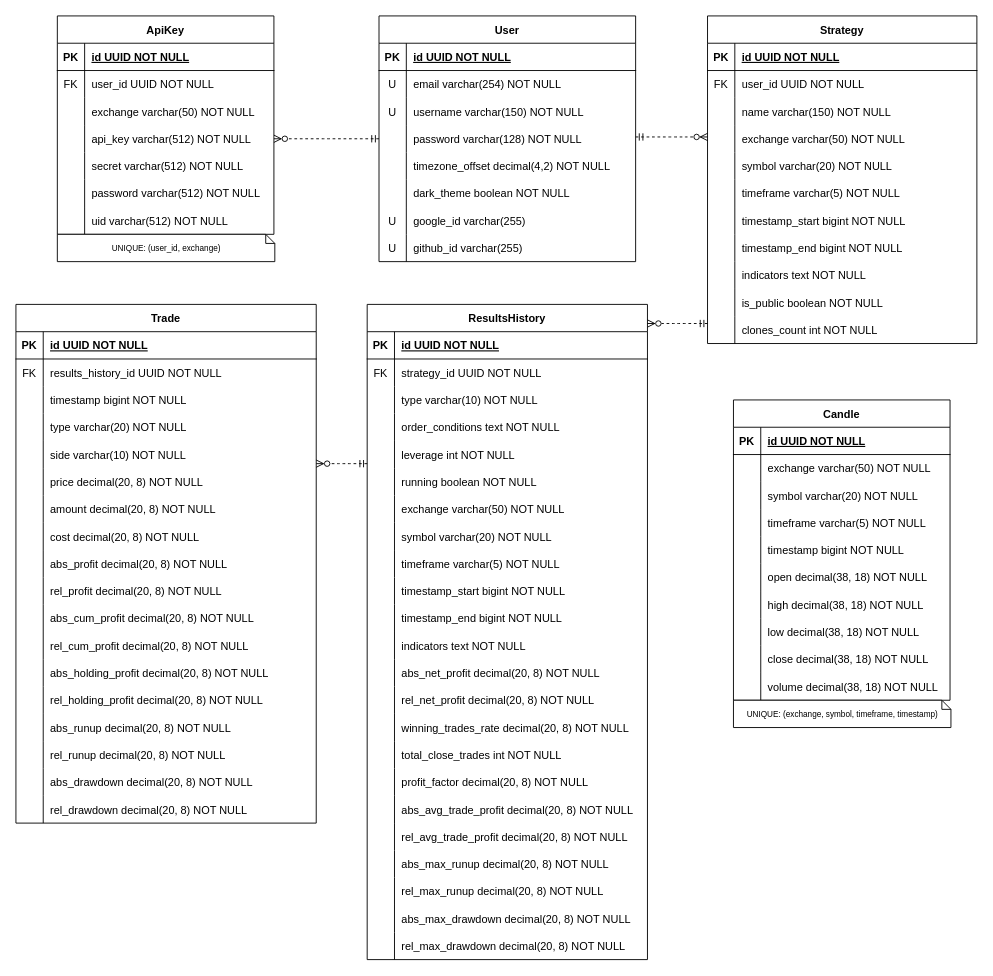
The draw.io diagram docs/ERD.drawio in pgr866/Stratify, before the edit. Source tidied: cells renumbered, new cells numbered last; positions are measured from the earlier drawing's top-left corner, leaving out a move shared by most shapes. Both pictures are drawn from the tidied source at 91%, with x=0, y=0 at pixel (15, 15).
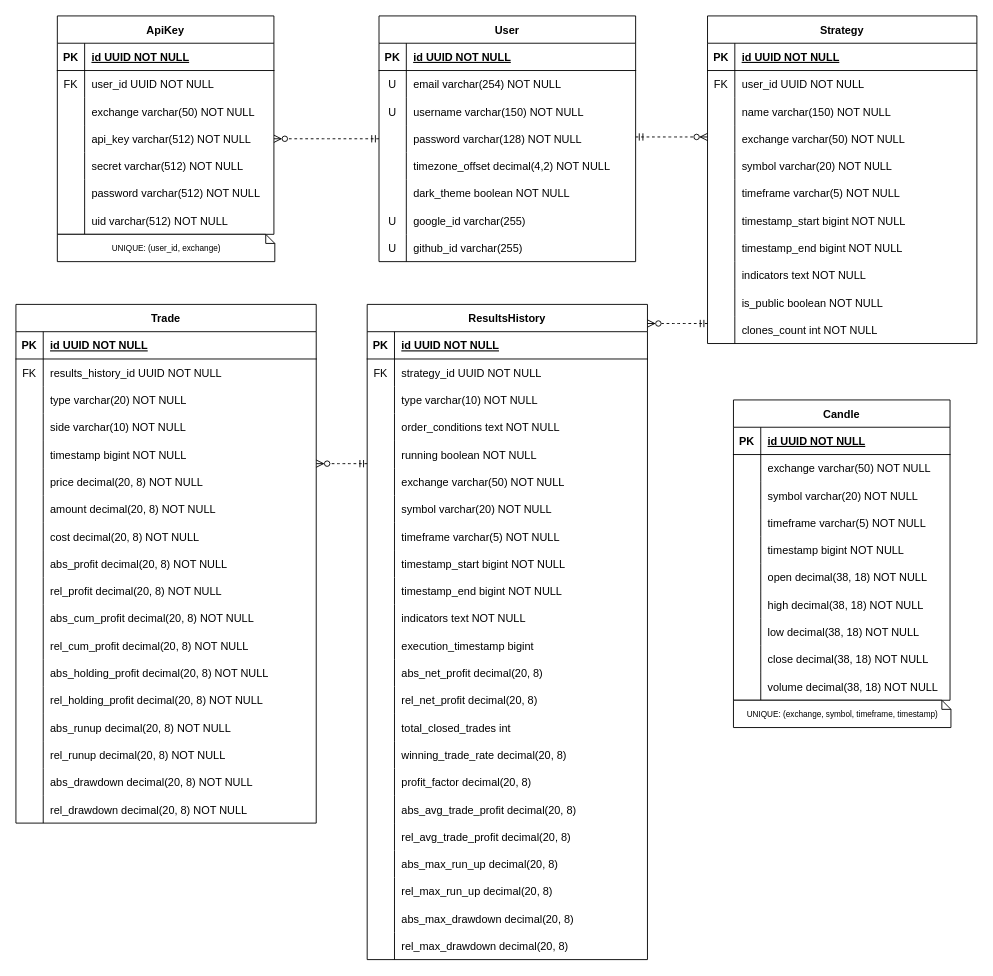
The same diagram, later.

The change refers to these unchanged cells:
```xml
<mxCell id="116" value="ResultsHistory" style="shape=table;startSize=30;childLayout=tableLayout;rowLines=0;fontStyle=1;align=center;" parent="1" vertex="1">
  <mxGeometry x="386" y="317" width="308" height="720" as="geometry" />
</mxCell>
<mxCell id="153" style="shape=partialRectangle;fillColor=none;top=0;left=0;right=0;bottom=0;" parent="116" vertex="1">
  <mxGeometry y="390" width="308" height="30" as="geometry" />
</mxCell>
<mxCell id="156" style="shape=partialRectangle;fillColor=none;top=0;left=0;right=0;bottom=0;" parent="116" vertex="1">
  <mxGeometry y="420" width="308" height="30" as="geometry" />
</mxCell>
<mxCell id="165" style="shape=partialRectangle;fillColor=none;top=0;left=0;right=0;bottom=0;" parent="116" vertex="1">
  <mxGeometry y="510" width="308" height="30" as="geometry" />
</mxCell>
<mxCell id="168" style="shape=partialRectangle;fillColor=none;top=0;left=0;right=0;bottom=0;" parent="116" vertex="1">
  <mxGeometry y="540" width="308" height="30" as="geometry" />
</mxCell>
<mxCell id="171" style="shape=partialRectangle;fillColor=none;top=0;left=0;right=0;bottom=0;" parent="116" vertex="1">
  <mxGeometry y="570" width="308" height="30" as="geometry" />
</mxCell>
<mxCell id="174" style="shape=partialRectangle;fillColor=none;top=0;left=0;right=0;bottom=0;" parent="116" vertex="1">
  <mxGeometry y="600" width="308" height="30" as="geometry" />
</mxCell>
<mxCell id="177" style="shape=partialRectangle;fillColor=none;top=0;left=0;right=0;bottom=0;" parent="116" vertex="1">
  <mxGeometry y="630" width="308" height="30" as="geometry" />
</mxCell>
<mxCell id="180" style="shape=partialRectangle;fillColor=none;top=0;left=0;right=0;bottom=0;" parent="116" vertex="1">
  <mxGeometry y="660" width="308" height="30" as="geometry" />
</mxCell>
<mxCell id="183" style="shape=partialRectangle;fillColor=none;top=0;left=0;right=0;bottom=0;" parent="116" vertex="1">
  <mxGeometry y="690" width="308" height="30" as="geometry" />
</mxCell>
<mxCell id="187" value="Trade" style="shape=table;startSize=30;childLayout=tableLayout;rowLines=0;fontStyle=1;align=center;" parent="1" vertex="1">
  <mxGeometry y="317" width="330" height="570" as="geometry" />
</mxCell>
```

Diff of the diagram source:
```diff
@@
-    <mxCell id="129" style="shape=partialRectangle;fillColor=none;top=0;left=0;right=0;bottom=0;" parent="116" vertex="1">
-      <mxGeometry y="150" width="308" height="30" as="geometry" />
-    </mxCell>
-    <mxCell id="130" style="shape=partialRectangle;overflow=hidden;fillColor=none;top=0;left=0;bottom=0;right=0;" parent="129" vertex="1">
-      <mxGeometry width="30" height="30" as="geometry" />
-    </mxCell>
-    <mxCell id="131" value="leverage int NOT NULL" style="shape=partialRectangle;overflow=hidden;fillColor=none;top=0;left=0;bottom=0;right=0;align=left;spacingLeft=6;" parent="129" vertex="1">
-      <mxGeometry x="30" width="278" height="30" as="geometry" />
-    </mxCell>
     <mxCell id="132" style="shape=partialRectangle;fillColor=none;top=0;left=0;right=0;bottom=0;" parent="116" vertex="1">
-      <mxGeometry y="180" width="308" height="30" as="geometry" />
+      <mxGeometry y="150" width="308" height="30" as="geometry" />
     </mxCell>
@@
     <mxCell id="135" style="shape=partialRectangle;fillColor=none;top=0;left=0;right=0;bottom=0;" parent="116" vertex="1">
-      <mxGeometry y="210" width="308" height="30" as="geometry" />
+      <mxGeometry y="180" width="308" height="30" as="geometry" />
     </mxCell>
@@
     <mxCell id="138" style="shape=partialRectangle;fillColor=none;top=0;left=0;right=0;bottom=0;" parent="116" vertex="1">
-      <mxGeometry y="240" width="308" height="30" as="geometry" />
+      <mxGeometry y="210" width="308" height="30" as="geometry" />
     </mxCell>
@@
     <mxCell id="141" style="shape=partialRectangle;fillColor=none;top=0;left=0;right=0;bottom=0;" parent="116" vertex="1">
-      <mxGeometry y="270" width="308" height="30" as="geometry" />
+      <mxGeometry y="240" width="308" height="30" as="geometry" />
     </mxCell>
@@
     <mxCell id="144" style="shape=partialRectangle;fillColor=none;top=0;left=0;right=0;bottom=0;" parent="116" vertex="1">
-      <mxGeometry y="300" width="308" height="30" as="geometry" />
+      <mxGeometry y="270" width="308" height="30" as="geometry" />
     </mxCell>
@@
     <mxCell id="147" style="shape=partialRectangle;fillColor=none;top=0;left=0;right=0;bottom=0;" parent="116" vertex="1">
-      <mxGeometry y="330" width="308" height="30" as="geometry" />
+      <mxGeometry y="300" width="308" height="30" as="geometry" />
     </mxCell>
@@
     <mxCell id="150" style="shape=partialRectangle;fillColor=none;top=0;left=0;right=0;bottom=0;" parent="116" vertex="1">
-      <mxGeometry y="360" width="308" height="30" as="geometry" />
+      <mxGeometry y="330" width="308" height="30" as="geometry" />
     </mxCell>
@@
+    <mxCell id="245" style="shape=partialRectangle;fillColor=none;top=0;left=0;right=0;bottom=0;" parent="116" vertex="1">
+      <mxGeometry y="360" width="308" height="30" as="geometry" />
+    </mxCell>
+    <mxCell id="130" style="shape=partialRectangle;overflow=hidden;fillColor=none;top=0;left=0;bottom=0;right=0;" parent="245" vertex="1">
+      <mxGeometry width="30" height="30" as="geometry" />
+    </mxCell>
+    <mxCell id="246" value="execution_timestamp bigint" style="shape=partialRectangle;overflow=hidden;fillColor=none;top=0;left=0;bottom=0;right=0;align=left;spacingLeft=6;" parent="245" vertex="1">
+      <mxGeometry x="30" width="278" height="30" as="geometry" />
+    </mxCell>
@@
-    <mxCell id="155" value="abs_net_profit decimal(20, 8) NOT NULL" style="shape=partialRectangle;overflow=hidden;fillColor=none;top=0;left=0;bottom=0;right=0;align=left;spacingLeft=6;" parent="153" vertex="1">
+    <mxCell id="155" value="abs_net_profit decimal(20, 8)" style="shape=partialRectangle;overflow=hidden;fillColor=none;top=0;left=0;bottom=0;right=0;align=left;spacingLeft=6;" parent="153" vertex="1">
       <mxGeometry x="30" width="278" height="30" as="geometry" />
     </mxCell>
@@
-    <mxCell id="158" value="rel_net_profit decimal(20, 8) NOT NULL" style="shape=partialRectangle;overflow=hidden;fillColor=none;top=0;left=0;bottom=0;right=0;align=left;spacingLeft=6;" parent="156" vertex="1">
+    <mxCell id="158" value="rel_net_profit decimal(20, 8)" style="shape=partialRectangle;overflow=hidden;fillColor=none;top=0;left=0;bottom=0;right=0;align=left;spacingLeft=6;" parent="156" vertex="1">
       <mxGeometry x="30" width="278" height="30" as="geometry" />
     </mxCell>
+    <mxCell id="162" style="shape=partialRectangle;fillColor=none;top=0;left=0;right=0;bottom=0;" parent="116" vertex="1">
+      <mxGeometry y="450" width="308" height="30" as="geometry" />
+    </mxCell>
+    <mxCell id="163" style="shape=partialRectangle;overflow=hidden;fillColor=none;top=0;left=0;bottom=0;right=0;" parent="162" vertex="1">
+      <mxGeometry width="30" height="30" as="geometry" />
+    </mxCell>
+    <mxCell id="164" value="total_closed_trades int" style="shape=partialRectangle;overflow=hidden;fillColor=none;top=0;left=0;bottom=0;right=0;align=left;spacingLeft=6;" parent="162" vertex="1">
+      <mxGeometry x="30" width="278" height="30" as="geometry" />
+    </mxCell>
     <mxCell id="159" style="shape=partialRectangle;fillColor=none;top=0;left=0;right=0;bottom=0;" parent="116" vertex="1">
-      <mxGeometry y="450" width="308" height="30" as="geometry" />
+      <mxGeometry y="480" width="308" height="30" as="geometry" />
     </mxCell>
@@
-    <mxCell id="161" value="winning_trades_rate decimal(20, 8) NOT NULL" style="shape=partialRectangle;overflow=hidden;fillColor=none;top=0;left=0;bottom=0;right=0;align=left;spacingLeft=6;" parent="159" vertex="1">
+    <mxCell id="161" value="winning_trade_rate decimal(20, 8)" style="shape=partialRectangle;overflow=hidden;fillColor=none;top=0;left=0;bottom=0;right=0;align=left;spacingLeft=6;" parent="159" vertex="1">
       <mxGeometry x="30" width="278" height="30" as="geometry" />
     </mxCell>
-    <mxCell id="162" style="shape=partialRectangle;fillColor=none;top=0;left=0;right=0;bottom=0;" parent="116" vertex="1">
-      <mxGeometry y="480" width="308" height="30" as="geometry" />
-    </mxCell>
-    <mxCell id="163" style="shape=partialRectangle;overflow=hidden;fillColor=none;top=0;left=0;bottom=0;right=0;" parent="162" vertex="1">
-      <mxGeometry width="30" height="30" as="geometry" />
-    </mxCell>
-    <mxCell id="164" value="total_close_trades int NOT NULL" style="shape=partialRectangle;overflow=hidden;fillColor=none;top=0;left=0;bottom=0;right=0;align=left;spacingLeft=6;" parent="162" vertex="1">
-      <mxGeometry x="30" width="278" height="30" as="geometry" />
-    </mxCell>
@@
-    <mxCell id="167" value="profit_factor decimal(20, 8) NOT NULL" style="shape=partialRectangle;overflow=hidden;fillColor=none;top=0;left=0;bottom=0;right=0;align=left;spacingLeft=6;" parent="165" vertex="1">
+    <mxCell id="167" value="profit_factor decimal(20, 8)" style="shape=partialRectangle;overflow=hidden;fillColor=none;top=0;left=0;bottom=0;right=0;align=left;spacingLeft=6;" parent="165" vertex="1">
       <mxGeometry x="30" width="278" height="30" as="geometry" />
     </mxCell>
@@
-    <mxCell id="170" value="abs_avg_trade_profit decimal(20, 8) NOT NULL" style="shape=partialRectangle;overflow=hidden;fillColor=none;top=0;left=0;bottom=0;right=0;align=left;spacingLeft=6;" parent="168" vertex="1">
+    <mxCell id="170" value="abs_avg_trade_profit decimal(20, 8)" style="shape=partialRectangle;overflow=hidden;fillColor=none;top=0;left=0;bottom=0;right=0;align=left;spacingLeft=6;" parent="168" vertex="1">
       <mxGeometry x="30" width="278" height="30" as="geometry" />
     </mxCell>
@@
-    <mxCell id="173" value="rel_avg_trade_profit decimal(20, 8) NOT NULL" style="shape=partialRectangle;overflow=hidden;fillColor=none;top=0;left=0;bottom=0;right=0;align=left;spacingLeft=6;" parent="171" vertex="1">
+    <mxCell id="173" value="rel_avg_trade_profit decimal(20, 8)" style="shape=partialRectangle;overflow=hidden;fillColor=none;top=0;left=0;bottom=0;right=0;align=left;spacingLeft=6;" parent="171" vertex="1">
       <mxGeometry x="30" width="278" height="30" as="geometry" />
     </mxCell>
@@
-    <mxCell id="176" value="abs_max_runup decimal(20, 8) NOT NULL" style="shape=partialRectangle;overflow=hidden;fillColor=none;top=0;left=0;bottom=0;right=0;align=left;spacingLeft=6;" parent="174" vertex="1">
+    <mxCell id="176" value="abs_max_run_up decimal(20, 8)" style="shape=partialRectangle;overflow=hidden;fillColor=none;top=0;left=0;bottom=0;right=0;align=left;spacingLeft=6;" parent="174" vertex="1">
       <mxGeometry x="30" width="278" height="30" as="geometry" />
     </mxCell>
@@
-    <mxCell id="179" value="rel_max_runup decimal(20, 8) NOT NULL" style="shape=partialRectangle;overflow=hidden;fillColor=none;top=0;left=0;bottom=0;right=0;align=left;spacingLeft=6;" parent="177" vertex="1">
+    <mxCell id="179" value="rel_max_run_up decimal(20, 8)" style="shape=partialRectangle;overflow=hidden;fillColor=none;top=0;left=0;bottom=0;right=0;align=left;spacingLeft=6;" parent="177" vertex="1">
       <mxGeometry x="30" width="278" height="30" as="geometry" />
     </mxCell>
@@
-    <mxCell id="182" value="abs_max_drawdown decimal(20, 8) NOT NULL" style="shape=partialRectangle;overflow=hidden;fillColor=none;top=0;left=0;bottom=0;right=0;align=left;spacingLeft=6;" parent="180" vertex="1">
+    <mxCell id="182" value="abs_max_drawdown decimal(20, 8)" style="shape=partialRectangle;overflow=hidden;fillColor=none;top=0;left=0;bottom=0;right=0;align=left;spacingLeft=6;" parent="180" vertex="1">
       <mxGeometry x="30" width="278" height="30" as="geometry" />
     </mxCell>
@@
-    <mxCell id="185" value="rel_max_drawdown decimal(20, 8) NOT NULL" style="shape=partialRectangle;overflow=hidden;fillColor=none;top=0;left=0;bottom=0;right=0;align=left;spacingLeft=6;" parent="183" vertex="1">
+    <mxCell id="185" value="rel_max_drawdown decimal(20, 8)" style="shape=partialRectangle;overflow=hidden;fillColor=none;top=0;left=0;bottom=0;right=0;align=left;spacingLeft=6;" parent="183" vertex="1">
       <mxGeometry x="30" width="278" height="30" as="geometry" />
     </mxCell>
@@
-    <mxCell id="194" style="shape=partialRectangle;fillColor=none;top=0;left=0;right=0;bottom=0;" parent="187" vertex="1">
-      <mxGeometry y="90" width="330" height="30" as="geometry" />
-    </mxCell>
-    <mxCell id="195" style="shape=partialRectangle;overflow=hidden;fillColor=none;top=0;left=0;bottom=0;right=0;" parent="194" vertex="1">
-      <mxGeometry width="30" height="30" as="geometry" />
-    </mxCell>
-    <mxCell id="196" value="timestamp bigint NOT NULL" style="shape=partialRectangle;overflow=hidden;fillColor=none;top=0;left=0;bottom=0;right=0;align=left;spacingLeft=6;" parent="194" vertex="1">
-      <mxGeometry x="30" width="300" height="30" as="geometry" />
-    </mxCell>
     <mxCell id="197" style="shape=partialRectangle;fillColor=none;top=0;left=0;right=0;bottom=0;" parent="187" vertex="1">
-      <mxGeometry y="120" width="330" height="30" as="geometry" />
+      <mxGeometry y="90" width="330" height="30" as="geometry" />
     </mxCell>
@@
     <mxCell id="200" style="shape=partialRectangle;fillColor=none;top=0;left=0;right=0;bottom=0;" parent="187" vertex="1">
-      <mxGeometry y="150" width="330" height="30" as="geometry" />
+      <mxGeometry y="120" width="330" height="30" as="geometry" />
     </mxCell>
@@
+    <mxCell id="194" style="shape=partialRectangle;fillColor=none;top=0;left=0;right=0;bottom=0;" parent="187" vertex="1">
+      <mxGeometry y="150" width="330" height="30" as="geometry" />
+    </mxCell>
+    <mxCell id="195" style="shape=partialRectangle;overflow=hidden;fillColor=none;top=0;left=0;bottom=0;right=0;" parent="194" vertex="1">
+      <mxGeometry width="30" height="30" as="geometry" />
+    </mxCell>
+    <mxCell id="196" value="timestamp bigint NOT NULL" style="shape=partialRectangle;overflow=hidden;fillColor=none;top=0;left=0;bottom=0;right=0;align=left;spacingLeft=6;" parent="194" vertex="1">
+      <mxGeometry x="30" width="300" height="30" as="geometry" />
+    </mxCell>
```
